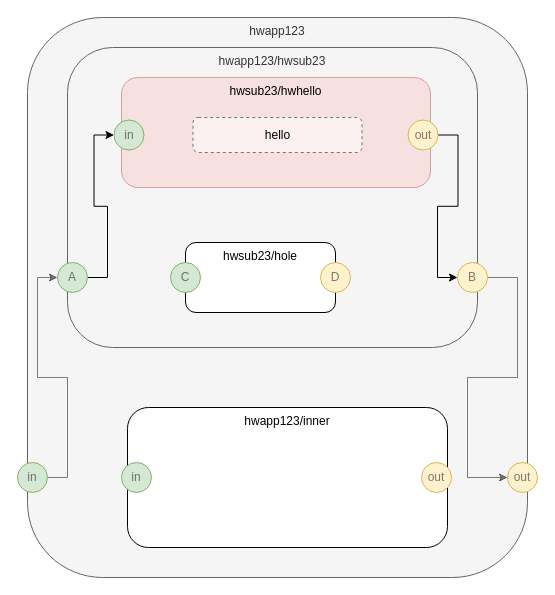
Earlier version of the draw.io diagram phase4/combine.drawio (guitarvydas/diagrams-as-syntax). Source tidied: cells renumbered, new cells numbered last; positions are measured from the earlier drawing's top-left corner, leaving out a move shared by most shapes. Both pictures are drawn from the tidied source at 100%, with x=0, y=0 at pixel (17, 17).
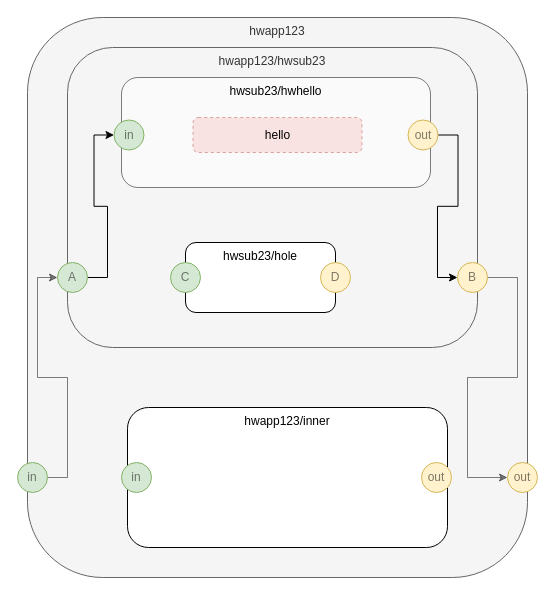
After the change.

The edit, as a diff of the source:
```diff
@@
-    <mxCell id="4" value="hwsub23/hwhello" style="rounded=1;whiteSpace=wrap;html=1;opacity=50;align=center;verticalAlign=top;fillColor=#f8cecc;strokeColor=#b85450;" parent="1" vertex="1">
+    <mxCell id="4" value="hwsub23/hwhello" style="rounded=1;whiteSpace=wrap;html=1;opacity=50;align=center;verticalAlign=top;" parent="1" vertex="1">
       <mxGeometry x="104" y="60" width="309" height="110" as="geometry" />
     </mxCell>
-    <mxCell id="5" value="hello" style="rounded=1;whiteSpace=wrap;html=1;dashed=1;opacity=50;align=center;verticalAlign=middle;" parent="1" vertex="1">
+    <mxCell id="5" value="hello" style="rounded=1;whiteSpace=wrap;html=1;dashed=1;opacity=50;align=center;verticalAlign=middle;fillColor=#f8cecc;strokeColor=#b85450;" parent="1" vertex="1">
       <mxGeometry x="175.5" y="100" width="169" height="35" as="geometry" />
     </mxCell>
```
